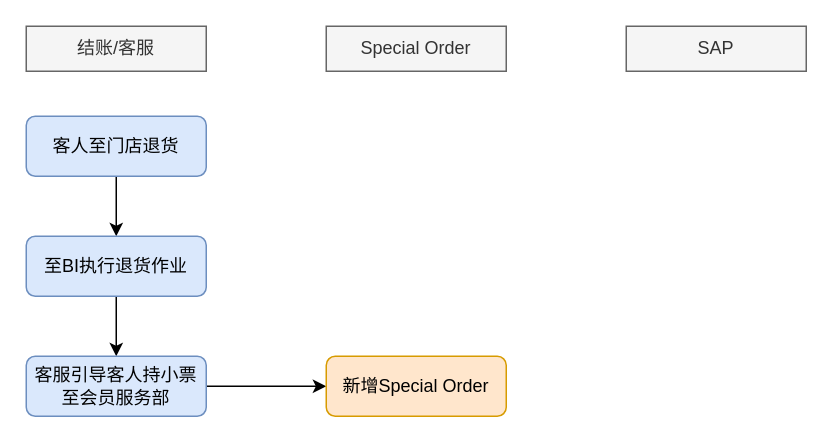
Earlier version of the draw.io diagram page "退货" (2 of 2) of Special Order.drawio (luss613/draw.io). Source tidied: cells renumbered, new cells numbered last; positions are measured from the earlier drawing's top-left corner, leaving out a move shared by most shapes. Both pictures are drawn from the tidied source at 150%, with x=0, y=0 at pixel (26, 26).
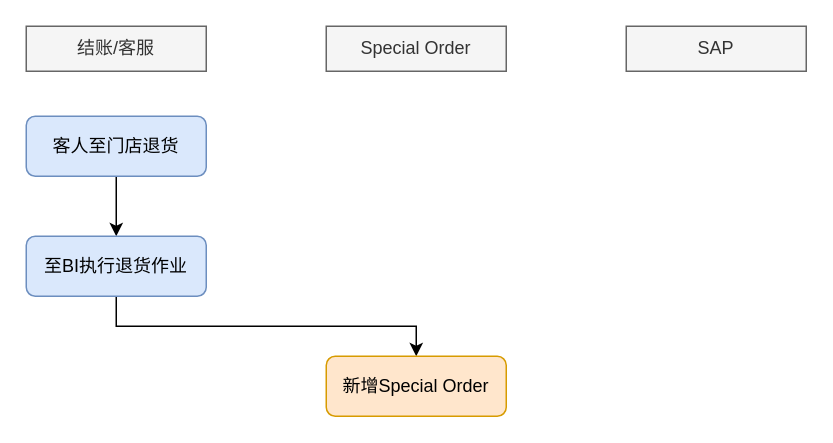
After the change.

Diff of the diagram source:
```diff
@@
 <mxGraphModel>
   <root>
     <mxCell id="0" />
     <mxCell id="1" parent="0" />
     <mxCell id="2" style="edgeStyle=orthogonalEdgeStyle;rounded=0;jettySize=auto;html=1;" parent="1" edge="1" source="3" target="5">
       <mxGeometry relative="1" as="geometry" />
     </mxCell>
     <mxCell id="3" value="客人至门店退货" style="rounded=1;whiteSpace=wrap;html=1;fontSize=12;glass=0;strokeWidth=1;shadow=0;fillColor=#dae8fc;strokeColor=#6c8ebf;" parent="1" vertex="1">
       <mxGeometry y="60" width="120" height="40" as="geometry" />
     </mxCell>
-    <mxCell id="4" style="edgeStyle=orthogonalEdgeStyle;rounded=0;jettySize=auto;html=1;" parent="1" edge="1" source="5" target="7">
-      <mxGeometry relative="1" as="geometry" />
+    <mxCell id="4" style="edgeStyle=orthogonalEdgeStyle;rounded=0;jettySize=auto;html=1;entryX=0.5;entryY=0;entryDx=0;entryDy=0;" parent="1" edge="1" source="5" target="8">
+      <mxGeometry relative="1" as="geometry">
+        <Array as="points">
+          <mxPoint x="60" y="200" />
+          <mxPoint x="260" y="200" />
+        </Array>
+      </mxGeometry>
     </mxCell>
     <mxCell id="5" value="至BI执行退货作业" style="rounded=1;whiteSpace=wrap;html=1;fontSize=12;glass=0;strokeWidth=1;shadow=0;fillColor=#dae8fc;strokeColor=#6c8ebf;" parent="1" vertex="1">
       <mxGeometry y="140" width="120" height="40" as="geometry" />
     </mxCell>
-    <mxCell id="6" style="edgeStyle=orthogonalEdgeStyle;rounded=0;jettySize=auto;html=1;" parent="1" edge="1" source="7" target="8">
-      <mxGeometry relative="1" as="geometry" />
-    </mxCell>
-    <mxCell id="7" value="客服引导客人持小票至会员服务部" style="rounded=1;whiteSpace=wrap;html=1;fontSize=12;glass=0;strokeWidth=1;shadow=0;fillColor=#dae8fc;strokeColor=#6c8ebf;" parent="1" vertex="1">
-      <mxGeometry y="220" width="120" height="40" as="geometry" />
-    </mxCell>
     <mxCell id="8" value="新增Special Order" style="rounded=1;whiteSpace=wrap;html=1;fontSize=12;glass=0;strokeWidth=1;shadow=0;fillColor=#ffe6cc;strokeColor=#d79b00;" parent="1" vertex="1">
       <mxGeometry x="200" y="220" width="120" height="40" as="geometry" />
     </mxCell>
     <mxCell id="9" value="&lt;span style=&quot;&quot;&gt;结账/客服&lt;/span&gt;" style="rounded=0;whiteSpace=wrap;html=1;align=center;verticalAlign=middle;fillColor=#f5f5f5;strokeColor=#666666;fontColor=#333333;" parent="1" vertex="1">
       <mxGeometry width="120" height="30" as="geometry" />
     </mxCell>
     <mxCell id="10" value="Special Order" style="rounded=0;whiteSpace=wrap;html=1;align=center;verticalAlign=middle;fillColor=#f5f5f5;strokeColor=#666666;fontColor=#333333;" parent="1" vertex="1">
       <mxGeometry x="200" width="120" height="30" as="geometry" />
     </mxCell>
     <mxCell id="11" value="&lt;span&gt;SAP&lt;/span&gt;" style="rounded=0;whiteSpace=wrap;html=1;align=center;verticalAlign=middle;fillColor=#f5f5f5;strokeColor=#666666;fontColor=#333333;" parent="1" vertex="1">
       <mxGeometry x="400" width="120" height="30" as="geometry" />
     </mxCell>
   </root>
 </mxGraphModel>
```
